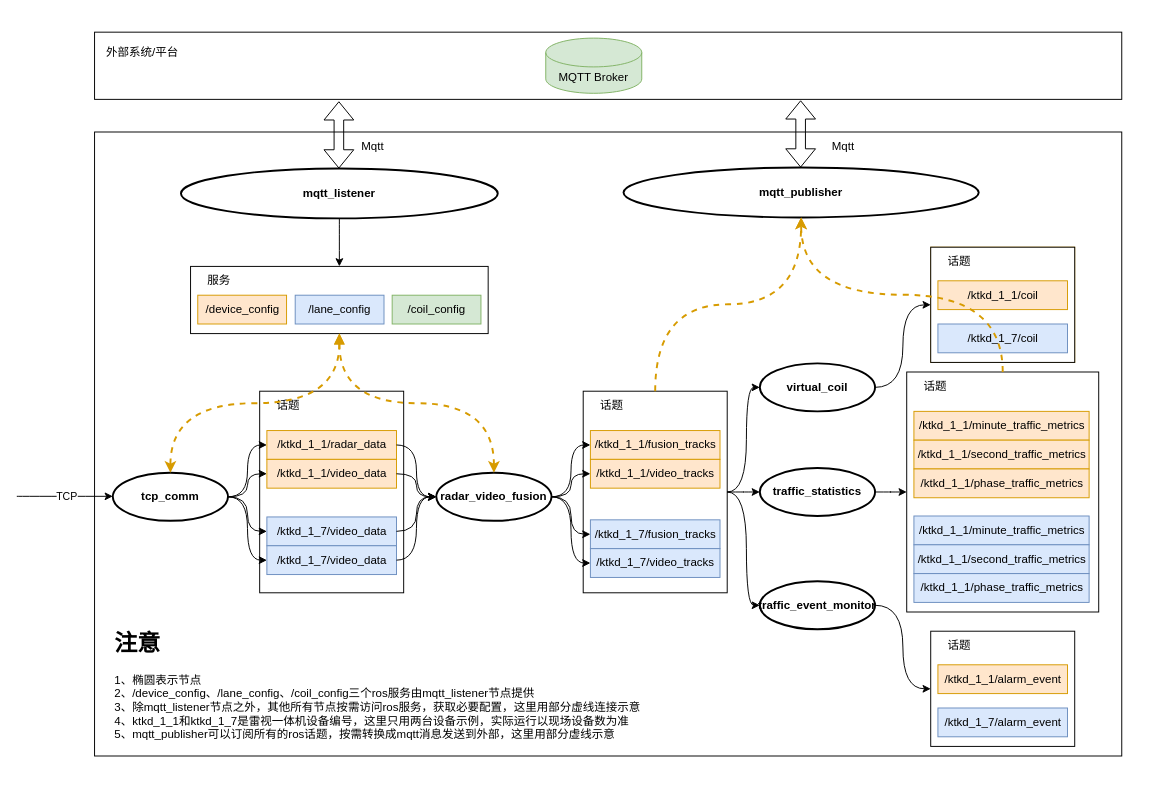
Above: 未命名绘图.drawio in wubaili/draw.io (draw.io), before the change. Source tidied: cells renumbered, new cells numbered last; positions are measured from the earlier drawing's top-left corner, leaving out a move shared by most shapes. Both pictures are drawn from the tidied source at 96%, with x=0, y=0 at pixel (16, 32).
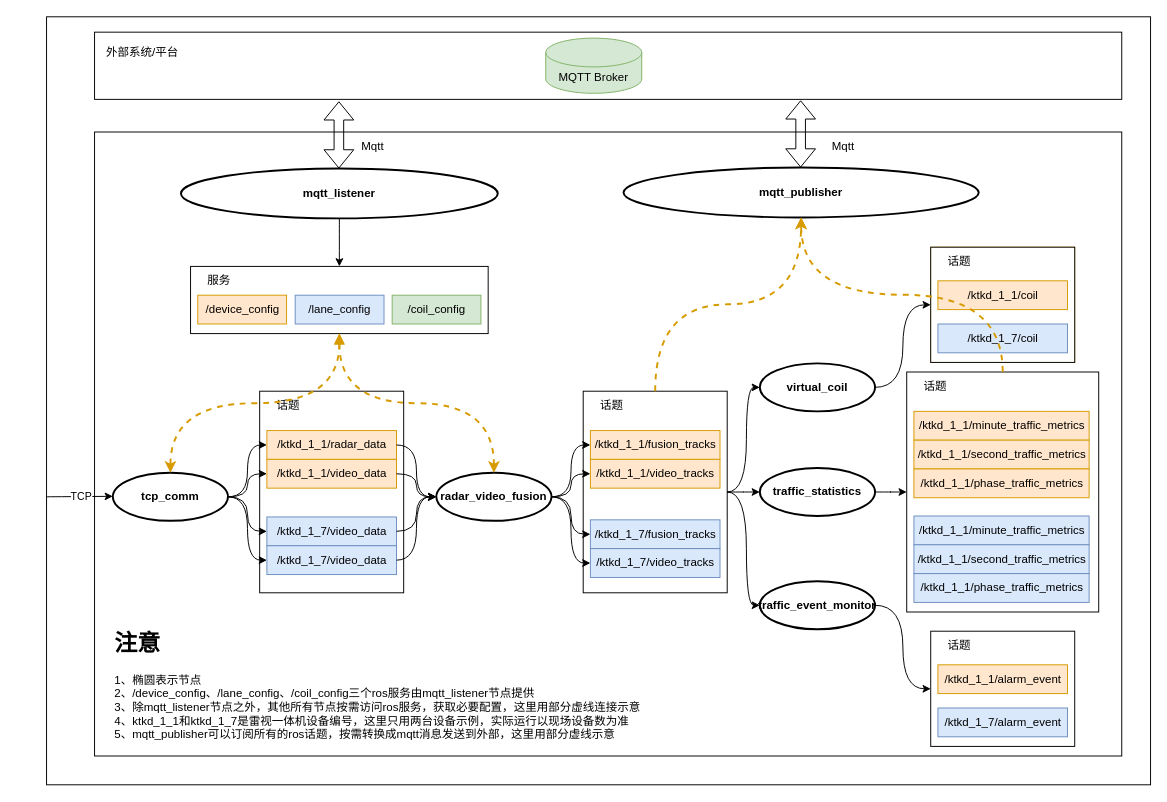
After the change.

Commit message:
系统流程图.drawio

What changed in the source:
```diff
@@
+    <mxCell id="82" style="rounded=0;whiteSpace=wrap;html=1;" parent="1" vertex="1">
+      <mxGeometry x="31" y="-16" width="1150" height="800" as="geometry" />
+    </mxCell>
@@
     <mxCell id="72" style="endArrow=classic;html=1;rounded=0;curved=1;" parent="1" edge="1">
       <mxGeometry relative="1" as="geometry">
-        <mxPoint y="483.5" as="sourcePoint" />
+        <mxPoint x="31" y="484" as="sourcePoint" />
         <mxPoint x="100" y="483.5" as="targetPoint" />
       </mxGeometry>
     </mxCell>
```
